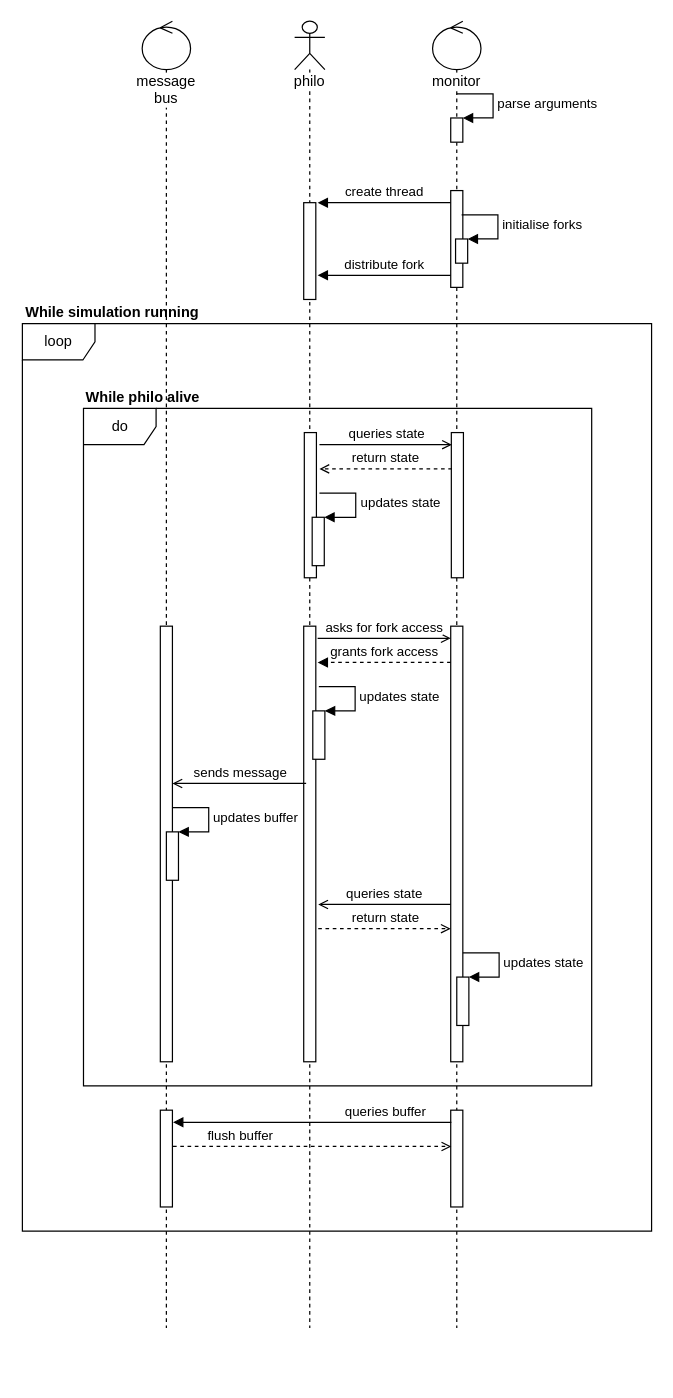
The draw.io diagram philo/philo_sequence_diagram.drawio in Trantorian1/philo, before the edit. Source tidied: cells renumbered, new cells numbered last; positions are measured from the earlier drawing's top-left corner, leaving out a move shared by most shapes. Both pictures are drawn from the tidied source at 121%, with x=0, y=0 at pixel (21, 21).
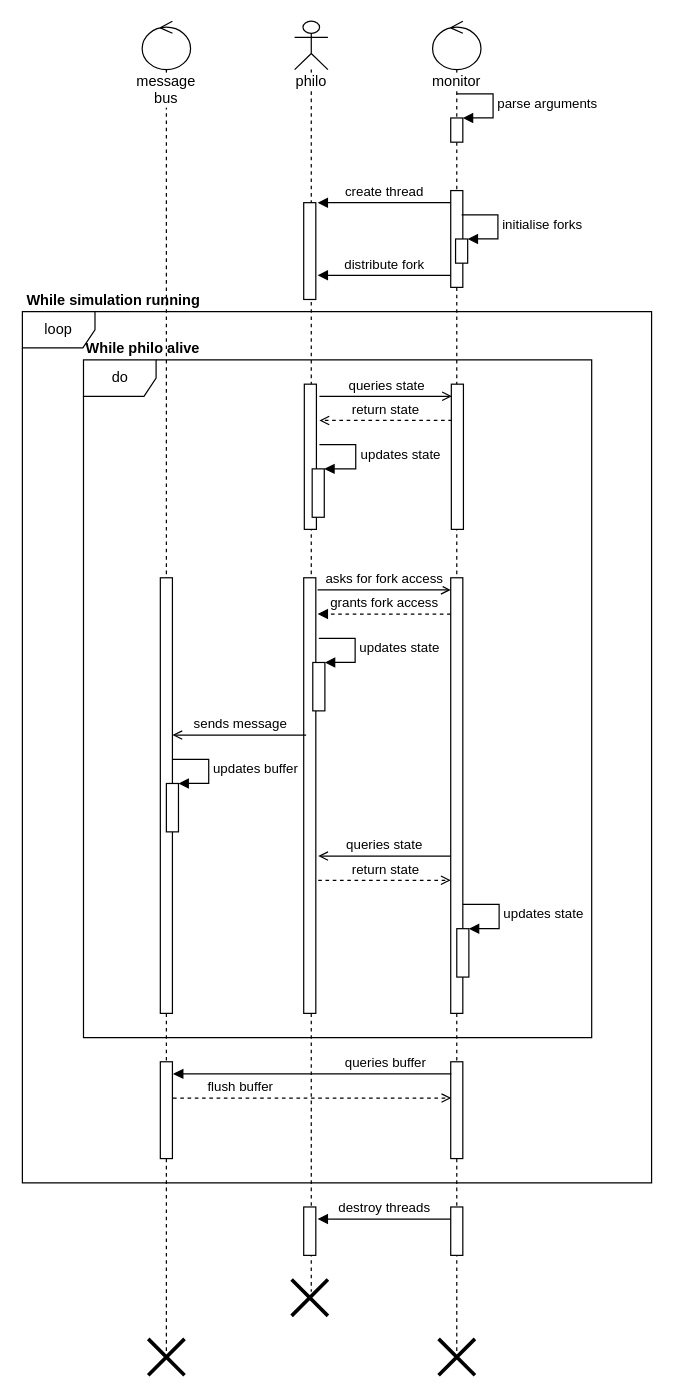
The same diagram, later.

Commit message (it also covers changes not shown here):
feat(diagram): updated sequence diagram to include service death in lifespan

What changed in the source:
```diff
@@
     <mxCell id="2" value="loop" style="shape=umlFrame;whiteSpace=wrap;html=1;" parent="1" vertex="1">
-      <mxGeometry x="1" y="250" width="520" height="750" as="geometry" />
+      <mxGeometry x="1" y="240" width="520" height="720" as="geometry" />
     </mxCell>
     <mxCell id="3" value="message bus" style="shape=umlLifeline;participant=umlControl;perimeter=lifelinePerimeter;whiteSpace=wrap;html=1;verticalAlign=top;spacingTop=36;labelBackgroundColor=default;" parent="1" vertex="1">
-      <mxGeometry x="100" width="40" height="1080" as="geometry" />
+      <mxGeometry x="100" width="40" height="1100" as="geometry" />
     </mxCell>
     <mxCell id="4" style="html=1;perimeter=orthogonalPerimeter;labelBackgroundColor=default;" parent="3" vertex="1">
-      <mxGeometry x="15" y="500" width="10" height="360" as="geometry" />
+      <mxGeometry x="15" y="460" width="10" height="360" as="geometry" />
     </mxCell>
     <mxCell id="5" style="html=1;perimeter=orthogonalPerimeter;" parent="3" vertex="1">
-      <mxGeometry x="15" y="900" width="10" height="80" as="geometry" />
+      <mxGeometry x="15" y="860" width="10" height="80" as="geometry" />
     </mxCell>
+    <mxCell id="41" style="shape=umlDestroy;whiteSpace=wrap;html=1;strokeWidth=3;strokeColor=default;rounded=1;fontSize=24;fontColor=#FFFFFF;" parent="3" vertex="1">
+      <mxGeometry x="5" y="1089" width="30" height="30" as="geometry" />
+    </mxCell>
     <mxCell id="6" value="monitor" style="shape=umlLifeline;participant=umlControl;perimeter=lifelinePerimeter;whiteSpace=wrap;html=1;verticalAlign=top;spacingTop=36;labelBackgroundColor=default;" parent="1" vertex="1">
-      <mxGeometry x="340" width="40" height="1080" as="geometry" />
+      <mxGeometry x="340" width="40" height="1100" as="geometry" />
     </mxCell>
@@
     <mxCell id="12" style="html=1;perimeter=orthogonalPerimeter;labelBackgroundColor=default;" parent="6" vertex="1">
-      <mxGeometry x="15" y="500" width="10" height="360" as="geometry" />
+      <mxGeometry x="15" y="460" width="10" height="360" as="geometry" />
     </mxCell>
     <mxCell id="13" style="html=1;points=[];perimeter=orthogonalPerimeter;" parent="6" vertex="1">
-      <mxGeometry x="20" y="790" width="10" height="40" as="geometry" />
+      <mxGeometry x="20" y="750" width="10" height="40" as="geometry" />
     </mxCell>
     <mxCell id="14" value="updates state" style="edgeStyle=orthogonalEdgeStyle;html=1;align=left;spacingLeft=2;endArrow=block;rounded=0;entryX=1;entryY=0;" parent="6" edge="1" target="13">
       <mxGeometry relative="1" as="geometry">
-        <mxPoint x="25" y="770" as="sourcePoint" />
+        <mxPoint x="25" y="730" as="sourcePoint" />
         <Array as="points">
-          <mxPoint x="55" y="770" />
+          <mxPoint x="55" y="730" />
         </Array>
       </mxGeometry>
     </mxCell>
     <mxCell id="15" style="html=1;perimeter=orthogonalPerimeter;" parent="6" vertex="1">
-      <mxGeometry x="15.5" y="340" width="10" height="120" as="geometry" />
+      <mxGeometry x="15.5" y="300" width="10" height="120" as="geometry" />
     </mxCell>
     <mxCell id="16" value="queries state" style="html=1;verticalAlign=bottom;endArrow=open;rounded=0;endFill=0;" parent="6" edge="1">
       <mxGeometry relative="1" as="geometry">
-        <mxPoint x="-93.5" y="350" as="sourcePoint" />
-        <mxPoint x="16" y="350" as="targetPoint" />
+        <mxPoint x="-93.5" y="310" as="sourcePoint" />
+        <mxPoint x="16" y="310" as="targetPoint" />
       </mxGeometry>
     </mxCell>
     <mxCell id="17" value="return state" style="html=1;verticalAlign=bottom;endArrow=open;rounded=0;endFill=0;dashed=1;" parent="6" edge="1">
       <mxGeometry relative="1" as="geometry">
-        <mxPoint x="16" y="370" as="sourcePoint" />
-        <mxPoint x="-93.5" y="370" as="targetPoint" />
+        <mxPoint x="16" y="330" as="sourcePoint" />
+        <mxPoint x="-93.5" y="330" as="targetPoint" />
       </mxGeometry>
     </mxCell>
     <mxCell id="18" value="updates state" style="edgeStyle=orthogonalEdgeStyle;html=1;align=left;spacingLeft=2;endArrow=block;rounded=0;entryX=1;entryY=0;" parent="6" edge="1" target="37">
       <mxGeometry relative="1" as="geometry">
-        <mxPoint x="-93.5" y="390" as="sourcePoint" />
+        <mxPoint x="-93.5" y="350" as="sourcePoint" />
         <Array as="points">
-          <mxPoint x="-63.5" y="390" />
+          <mxPoint x="-63.5" y="350" />
         </Array>
       </mxGeometry>
     </mxCell>
     <mxCell id="19" style="html=1;perimeter=orthogonalPerimeter;" parent="6" vertex="1">
-      <mxGeometry x="15" y="900" width="10" height="80" as="geometry" />
+      <mxGeometry x="15" y="860" width="10" height="80" as="geometry" />
     </mxCell>
+    <mxCell id="42" style="shape=umlDestroy;whiteSpace=wrap;html=1;strokeWidth=3;strokeColor=default;rounded=1;fontSize=24;fontColor=#FFFFFF;" parent="6" vertex="1">
+      <mxGeometry x="5" y="1089" width="30" height="30" as="geometry" />
+    </mxCell>
     <mxCell id="20" value="philo" style="shape=umlLifeline;participant=umlActor;perimeter=lifelinePerimeter;whiteSpace=wrap;html=1;verticalAlign=top;spacingTop=36;labelBackgroundColor=default;" parent="1" vertex="1">
-      <mxGeometry x="226" width="25" height="1080" as="geometry" />
+      <mxGeometry x="226" width="27.5" height="1050" as="geometry" />
     </mxCell>
@@
     <mxCell id="22" style="html=1;perimeter=orthogonalPerimeter;labelBackgroundColor=default;" parent="20" vertex="1">
-      <mxGeometry x="7.5" y="500" width="10" height="360" as="geometry" />
+      <mxGeometry x="7.5" y="460" width="10" height="360" as="geometry" />
     </mxCell>
     <mxCell id="23" style="html=1;perimeter=orthogonalPerimeter;" parent="20" vertex="1">
-      <mxGeometry x="8" y="340" width="10" height="120" as="geometry" />
+      <mxGeometry x="8" y="300" width="10" height="120" as="geometry" />
     </mxCell>
+    <mxCell id="43" style="html=1;perimeter=orthogonalPerimeter;" parent="20" vertex="1">
+      <mxGeometry x="7.5" y="980" width="10" height="40" as="geometry" />
+    </mxCell>
+    <mxCell id="44" style="shape=umlDestroy;whiteSpace=wrap;html=1;strokeWidth=3;strokeColor=default;rounded=1;fontSize=24;fontColor=#FFFFFF;" parent="20" vertex="1">
+      <mxGeometry x="-2.5" y="1040" width="30" height="30" as="geometry" />
+    </mxCell>
@@
     <mxCell id="26" value="asks for fork access" style="html=1;verticalAlign=bottom;endArrow=open;rounded=0;endFill=0;" parent="1" edge="1">
       <mxGeometry relative="1" as="geometry">
-        <mxPoint x="245" y="510" as="sourcePoint" />
-        <mxPoint x="355" y="510" as="targetPoint" />
+        <mxPoint x="245" y="470" as="sourcePoint" />
+        <mxPoint x="355" y="470" as="targetPoint" />
       </mxGeometry>
     </mxCell>
     <mxCell id="27" value="grants fork access" style="html=1;verticalAlign=bottom;endArrow=block;rounded=0;endFill=1;dashed=1;" parent="1" edge="1">
       <mxGeometry relative="1" as="geometry">
-        <mxPoint x="355" y="530" as="sourcePoint" />
-        <mxPoint x="245" y="530" as="targetPoint" />
+        <mxPoint x="355" y="490" as="sourcePoint" />
+        <mxPoint x="245" y="490" as="targetPoint" />
       </mxGeometry>
     </mxCell>
     <mxCell id="28" style="html=1;points=[];perimeter=orthogonalPerimeter;" parent="1" vertex="1">
-      <mxGeometry x="241" y="570" width="10" height="40" as="geometry" />
+      <mxGeometry x="241" y="530" width="10" height="40" as="geometry" />
     </mxCell>
     <mxCell id="29" value="updates state" style="edgeStyle=orthogonalEdgeStyle;html=1;align=left;spacingLeft=2;endArrow=block;rounded=0;entryX=1;entryY=0;" parent="1" edge="1" target="28">
       <mxGeometry relative="1" as="geometry">
-        <mxPoint x="246" y="550" as="sourcePoint" />
+        <mxPoint x="246" y="510" as="sourcePoint" />
         <Array as="points">
-          <mxPoint x="276" y="550" />
+          <mxPoint x="276" y="510" />
         </Array>
       </mxGeometry>
     </mxCell>
     <mxCell id="30" style="html=1;points=[];perimeter=orthogonalPerimeter;" parent="1" vertex="1">
-      <mxGeometry x="120" y="670" width="10" height="40" as="geometry" />
+      <mxGeometry x="120" y="630" width="10" height="40" as="geometry" />
     </mxCell>
     <mxCell id="31" value="updates buffer" style="edgeStyle=orthogonalEdgeStyle;html=1;align=left;spacingLeft=2;endArrow=block;rounded=0;entryX=1;entryY=0;" parent="1" edge="1" target="30">
       <mxGeometry relative="1" as="geometry">
-        <mxPoint x="125" y="650" as="sourcePoint" />
+        <mxPoint x="125" y="610" as="sourcePoint" />
         <Array as="points">
-          <mxPoint x="155" y="650" />
+          <mxPoint x="155" y="610" />
         </Array>
       </mxGeometry>
     </mxCell>
     <mxCell id="32" value="sends message" style="html=1;verticalAlign=bottom;endArrow=open;rounded=0;endFill=0;" parent="1" edge="1">
       <mxGeometry relative="1" as="geometry">
-        <mxPoint x="235.5" y="630" as="sourcePoint" />
-        <mxPoint x="125" y="630" as="targetPoint" />
+        <mxPoint x="235.5" y="590" as="sourcePoint" />
+        <mxPoint x="125" y="590" as="targetPoint" />
       </mxGeometry>
     </mxCell>
     <mxCell id="33" value="queries buffer" style="html=1;verticalAlign=bottom;endArrow=block;rounded=0;endFill=1;" parent="1" edge="1">
       <mxGeometry x="-0.52" relative="1" as="geometry">
-        <mxPoint x="355.5" y="910" as="sourcePoint" />
-        <mxPoint x="125.5" y="910" as="targetPoint" />
+        <mxPoint x="355.5" y="870" as="sourcePoint" />
+        <mxPoint x="125.5" y="870" as="targetPoint" />
       </mxGeometry>
     </mxCell>
     <mxCell id="34" value="flush buffer" style="html=1;verticalAlign=bottom;endArrow=open;rounded=0;endFill=0;dashed=1;" parent="1" edge="1">
       <mxGeometry x="-0.52" relative="1" as="geometry">
-        <mxPoint x="125.5" y="930" as="sourcePoint" />
-        <mxPoint x="355.5" y="930" as="targetPoint" />
+        <mxPoint x="125.5" y="890" as="sourcePoint" />
+        <mxPoint x="355.5" y="890" as="targetPoint" />
       </mxGeometry>
     </mxCell>
     <mxCell id="35" value="queries state" style="html=1;verticalAlign=bottom;endArrow=open;rounded=0;endFill=0;" parent="1" edge="1">
       <mxGeometry relative="1" as="geometry">
-        <mxPoint x="355" y="730" as="sourcePoint" />
-        <mxPoint x="245.5" y="730" as="targetPoint" />
+        <mxPoint x="355" y="690" as="sourcePoint" />
+        <mxPoint x="245.5" y="690" as="targetPoint" />
       </mxGeometry>
     </mxCell>
     <mxCell id="36" value="return state" style="html=1;verticalAlign=bottom;endArrow=open;rounded=0;endFill=0;dashed=1;" parent="1" edge="1">
       <mxGeometry relative="1" as="geometry">
-        <mxPoint x="245.5" y="750" as="sourcePoint" />
-        <mxPoint x="355" y="750" as="targetPoint" />
+        <mxPoint x="245.5" y="710" as="sourcePoint" />
+        <mxPoint x="355" y="710" as="targetPoint" />
       </mxGeometry>
     </mxCell>
     <mxCell id="37" style="html=1;points=[];perimeter=orthogonalPerimeter;" parent="1" vertex="1">
-      <mxGeometry x="240.5" y="410" width="10" height="40" as="geometry" />
+      <mxGeometry x="240.5" y="370" width="10" height="40" as="geometry" />
     </mxCell>
     <mxCell id="38" value="do" style="shape=umlFrame;whiteSpace=wrap;html=1;" parent="1" vertex="1">
-      <mxGeometry x="51.5" y="320" width="420" height="560" as="geometry" />
+      <mxGeometry x="51.5" y="280" width="420" height="560" as="geometry" />
     </mxCell>
     <mxCell id="39" value="While philo alive" style="text;align=center;fontStyle=1;verticalAlign=middle;spacingLeft=3;spacingRight=3;strokeColor=none;" parent="1" vertex="1">
-      <mxGeometry x="50.5" y="300" width="100.5" height="20" as="geometry" />
+      <mxGeometry x="50.5" y="260" width="100.5" height="20" as="geometry" />
     </mxCell>
     <mxCell id="40" value="While simulation running" style="text;align=center;fontStyle=1;verticalAlign=middle;spacingLeft=3;spacingRight=3;strokeColor=none;" parent="1" vertex="1">
-      <mxGeometry y="230" width="151" height="20" as="geometry" />
+      <mxGeometry x="1" y="220" width="151" height="20" as="geometry" />
     </mxCell>
+    <mxCell id="45" style="edgeStyle=none;rounded=0;orthogonalLoop=1;jettySize=auto;html=1;strokeColor=#FFFFFF;fontSize=24;fontColor=#FFFFFF;endArrow=open;endFill=0;" parent="1" edge="1">
+      <mxGeometry relative="1" as="geometry">
+        <mxPoint x="119.8" y="520" as="sourcePoint" />
+        <mxPoint x="119.8" y="540" as="targetPoint" />
+      </mxGeometry>
+    </mxCell>
+    <mxCell id="46" style="html=1;perimeter=orthogonalPerimeter;" parent="1" vertex="1">
+      <mxGeometry x="355" y="980" width="10" height="40" as="geometry" />
+    </mxCell>
+    <mxCell id="47" value="destroy threads" style="html=1;verticalAlign=bottom;endArrow=block;rounded=0;" parent="1" edge="1">
+      <mxGeometry relative="1" as="geometry">
+        <mxPoint x="355" y="990" as="sourcePoint" />
+        <mxPoint x="245" y="990" as="targetPoint" />
+      </mxGeometry>
+    </mxCell>
```
